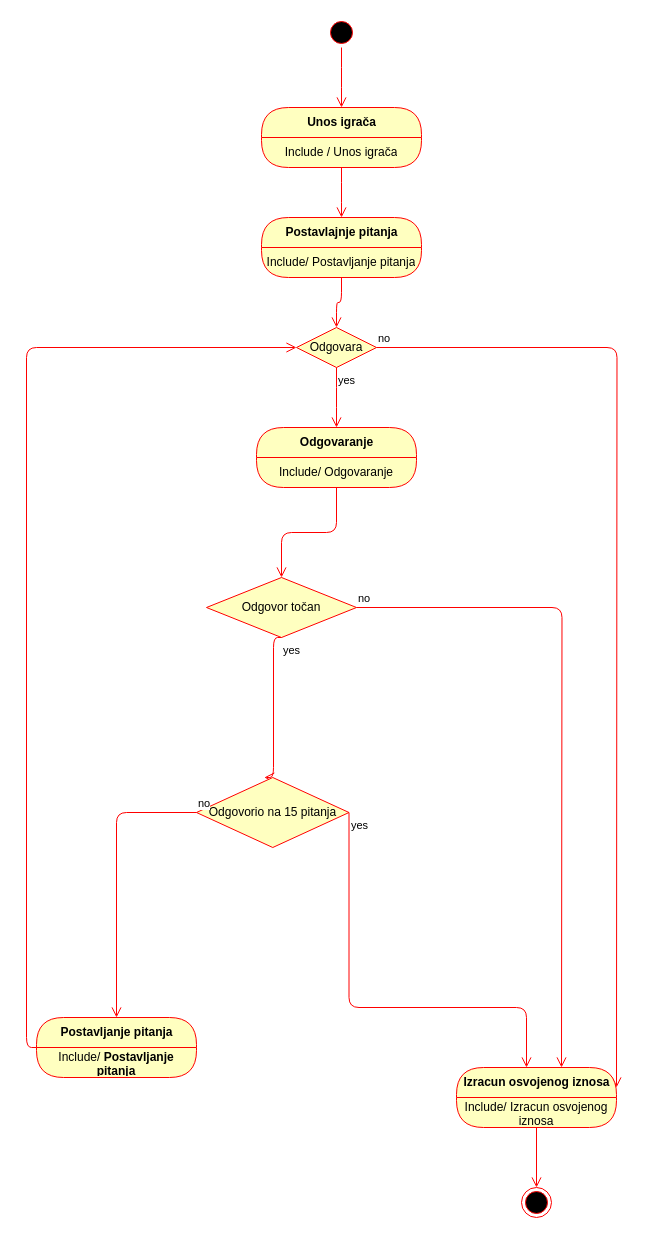
Earlier version of the draw.io diagram page "Page-3" (3 of 7) of Untitled Diagram.drawio (Jasna-12345/Milijunas). Source tidied: cells renumbered, new cells numbered last; positions are measured from the earlier drawing's top-left corner, leaving out a move shared by most shapes. Both pictures are drawn from the tidied source at 100%, with x=0, y=0 at pixel (26, 17).
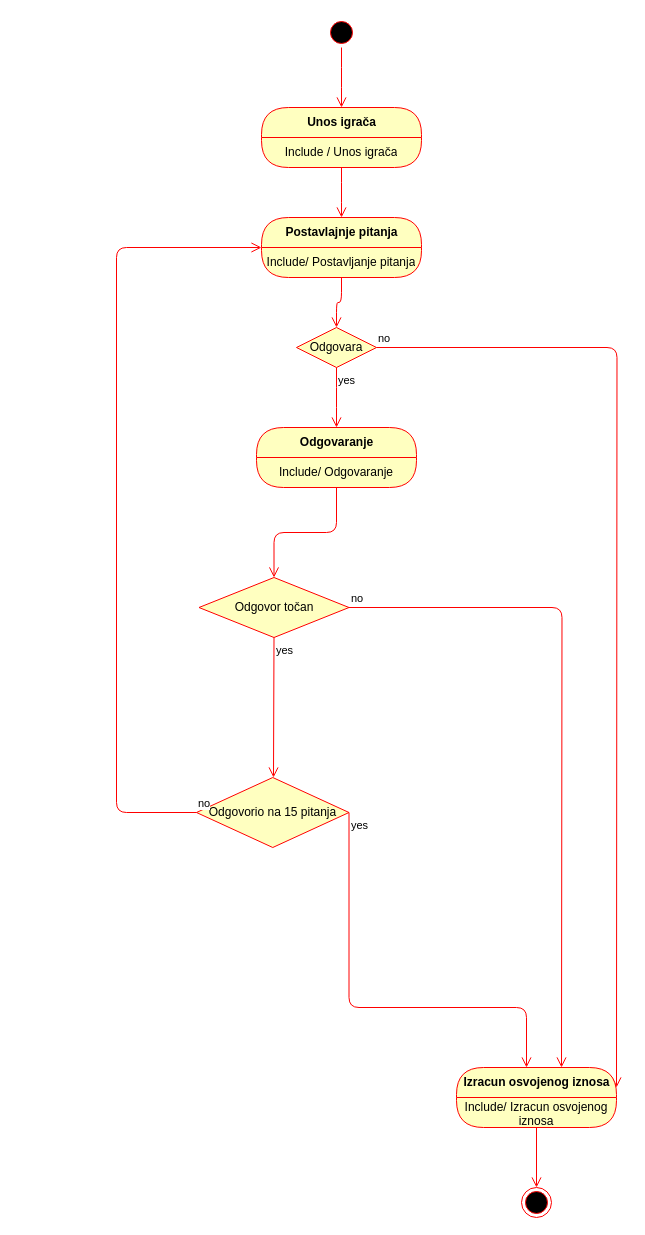
The same page after the edit.

Unchanged cells that the change refers to:
```xml
<mxCell id="8" value="Include/ Postavljanje pitanja" style="text;html=1;strokeColor=none;fillColor=none;align=center;verticalAlign=middle;spacingLeft=4;spacingRight=4;whiteSpace=wrap;overflow=hidden;fontColor=#000000;" parent="7" vertex="1">
  <mxGeometry y="30" width="160" height="30" as="geometry" />
</mxCell>
<mxCell id="10" value="Odgovara" style="rhombus;whiteSpace=wrap;html=1;fillColor=#ffffc0;strokeColor=#ff0000;" parent="1" vertex="1">
  <mxGeometry x="270" y="310" width="80" height="40" as="geometry" />
</mxCell>
<mxCell id="19" value="Odgovorio na 15 pitanja" style="rhombus;whiteSpace=wrap;html=1;fillColor=#ffffc0;strokeColor=#ff0000;rotation=0;" parent="1" vertex="1">
  <mxGeometry x="170" y="760" width="152.5" height="70" as="geometry" />
</mxCell>
```

What changed in the source:
```diff
@@
     <mxCell id="16" value="Odgovor točan" style="rhombus;whiteSpace=wrap;html=1;fillColor=#ffffc0;strokeColor=#ff0000;" parent="1" vertex="1">
-      <mxGeometry x="180" y="560" width="150" height="60" as="geometry" />
+      <mxGeometry x="172.5" y="560" width="150" height="60" as="geometry" />
     </mxCell>
@@
-    <mxCell id="18" value="yes" style="edgeStyle=orthogonalEdgeStyle;html=1;align=left;verticalAlign=top;endArrow=open;endSize=8;strokeColor=#ff0000;exitX=0.5;exitY=1;exitDx=0;exitDy=0;entryX=0.444;entryY=0;entryDx=0;entryDy=0;entryPerimeter=0;" parent="1" edge="1" source="16" target="19">
+    <mxCell id="18" value="yes" style="edgeStyle=orthogonalEdgeStyle;html=1;align=left;verticalAlign=top;endArrow=open;endSize=8;strokeColor=#ff0000;exitX=0.5;exitY=1;exitDx=0;exitDy=0;" parent="1" edge="1" source="16">
       <mxGeometry x="-1" relative="1" as="geometry">
+        <mxPoint x="247" y="760" as="targetPoint" />
         <Array as="points">
           <mxPoint x="247" y="620" />
         </Array>
       </mxGeometry>
     </mxCell>
@@
-    <mxCell id="21" value="no" style="edgeStyle=orthogonalEdgeStyle;html=1;align=left;verticalAlign=bottom;endArrow=open;endSize=8;strokeColor=#ff0000;entryX=0.5;entryY=0;entryDx=0;entryDy=0;exitX=0;exitY=0.5;exitDx=0;exitDy=0;" parent="1" edge="1" source="19" target="23">
+    <mxCell id="21" value="no" style="edgeStyle=orthogonalEdgeStyle;html=1;align=left;verticalAlign=bottom;endArrow=open;endSize=8;strokeColor=#ff0000;exitX=0;exitY=0.5;exitDx=0;exitDy=0;entryX=0;entryY=0;entryDx=0;entryDy=0;" parent="1" edge="1" source="19" target="8">
       <mxGeometry x="-1" relative="1" as="geometry">
         <Array as="points">
           <mxPoint x="90" y="795" />
+          <mxPoint x="90" y="230" />
         </Array>
       </mxGeometry>
     </mxCell>
@@
-    <mxCell id="23" value="Postavljanje pitanja" style="swimlane;html=1;fontStyle=1;align=center;verticalAlign=middle;horizontal=1;startSize=30;fontColor=#000000;rounded=1;arcSize=30;strokeColor=#ff0000;fillColor=#ffffc0;swimlaneFillColor=#ffffc0;" parent="1" vertex="1">
-      <mxGeometry x="10" y="1000" width="160" height="60" as="geometry" />
-    </mxCell>
-    <mxCell id="24" value="Include/&amp;nbsp;&lt;span style=&quot;font-weight: 700&quot;&gt;Postavljanje pitanja&lt;/span&gt;" style="text;html=1;strokeColor=none;fillColor=none;align=center;verticalAlign=middle;spacingLeft=4;spacingRight=4;whiteSpace=wrap;overflow=hidden;fontColor=#000000;" parent="23" vertex="1">
-      <mxGeometry y="30" width="160" height="30" as="geometry" />
-    </mxCell>
-    <mxCell id="25" style="edgeStyle=orthogonalEdgeStyle;html=1;verticalAlign=bottom;endArrow=open;endSize=8;strokeColor=#ff0000;entryX=0;entryY=0.5;entryDx=0;entryDy=0;" parent="1" edge="1" source="23" target="10">
-      <mxGeometry relative="1" as="geometry">
-        <Array as="points">
-          <mxPoint y="1030" />
-          <mxPoint y="330" />
-        </Array>
-      </mxGeometry>
-    </mxCell>
```
